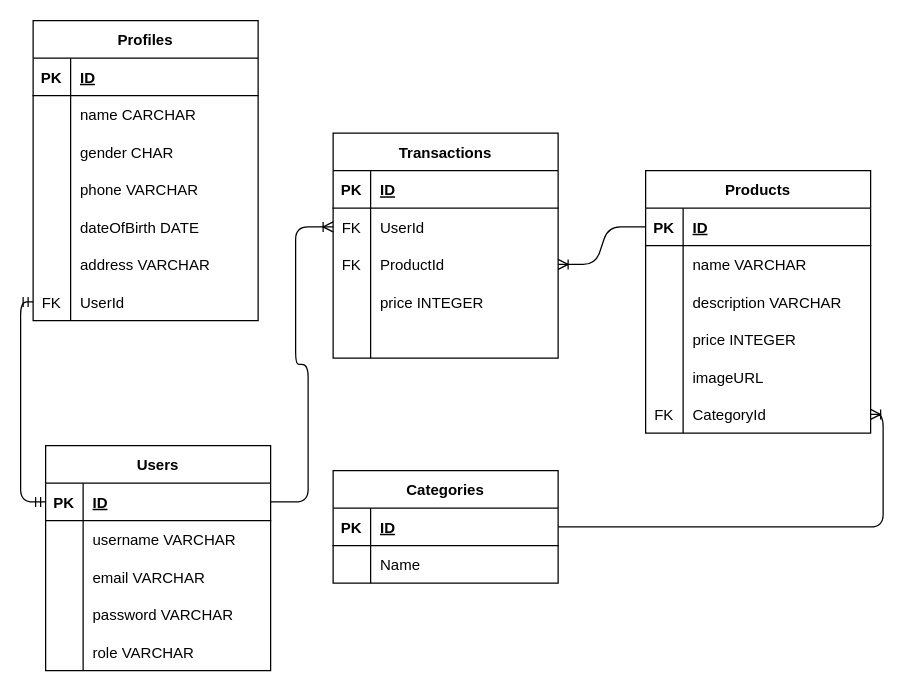
Earlier version of the draw.io diagram erd.drawio (raihanonad/Pair-Project-Phase-1). Source tidied: cells renumbered, new cells numbered last; positions are measured from the earlier drawing's top-left corner, leaving out a move shared by most shapes. Both pictures are drawn from the tidied source at 125%, with x=0, y=0 at pixel (20, 20).
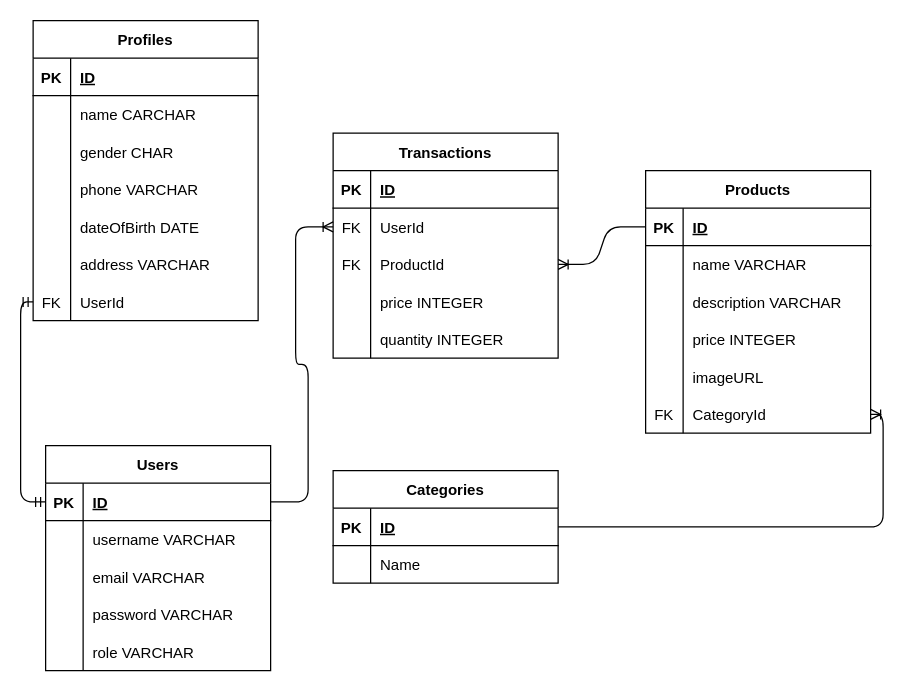
The same page after the edit.

Unchanged cells that the change refers to:
```xml
<mxCell id="73" style="shape=tableRow;horizontal=0;startSize=0;swimlaneHead=0;swimlaneBody=0;fillColor=none;top=0;left=0;right=0;bottom=0;" parent="60" vertex="1">
  <mxGeometry y="150" width="180" height="30" as="geometry" />
</mxCell>
```

Change to the diagram source:
```diff
@@
-    <mxCell id="75" style="shape=partialRectangle;fillColor=none;top=0;left=0;bottom=0;right=0;align=left;spacingLeft=6;overflow=hidden;" parent="73" vertex="1">
+    <mxCell id="75" value="quantity INTEGER" style="shape=partialRectangle;fillColor=none;top=0;left=0;bottom=0;right=0;align=left;spacingLeft=6;overflow=hidden;" parent="73" vertex="1">
       <mxGeometry x="30" width="150" height="30" as="geometry" />
     </mxCell>
```
